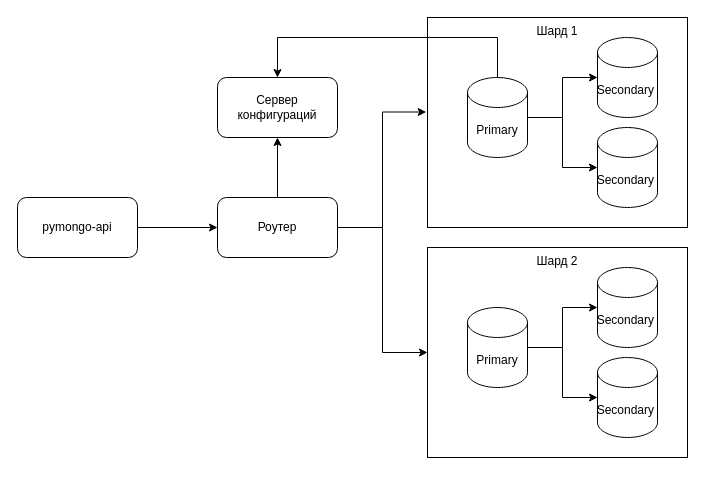
Above: page "Репликация" (3 of 6) of task1.drawio in AIPronin/architecture-sprint-2 (draw.io), before the change. Source tidied: cells renumbered, new cells numbered last; positions are measured from the earlier drawing's top-left corner, leaving out a move shared by most shapes. Both pictures are drawn from the tidied source at 100%, with x=0, y=0 at pixel (17, 17).
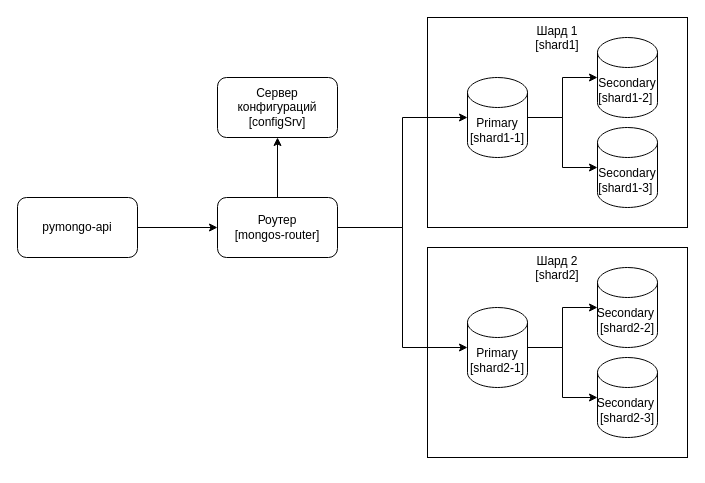
The same page after the edit.

The change refers to these unchanged cells:
```xml
<mxCell id="6" value="pymongo-api" style="rounded=1;whiteSpace=wrap;html=1;" parent="1" vertex="1">
  <mxGeometry y="180" width="120" height="60" as="geometry" />
</mxCell>
```

Diff of the diagram source:
```diff
@@
-    <mxCell id="2" value="Шард 2" style="rounded=0;whiteSpace=wrap;html=1;verticalAlign=top;" parent="1" vertex="1">
-      <mxGeometry x="410" y="230" width="260" height="210" as="geometry" />
-    </mxCell>
-    <mxCell id="3" value="Шард 1" style="rounded=0;whiteSpace=wrap;html=1;verticalAlign=top;" parent="1" vertex="1">
-      <mxGeometry x="410" width="260" height="210" as="geometry" />
-    </mxCell>
-    <mxCell id="4" style="edgeStyle=orthogonalEdgeStyle;rounded=0;jettySize=auto;html=1;entryX=0.5;entryY=0;entryDx=0;entryDy=0;exitX=0.5;exitY=0;exitDx=0;exitDy=0;exitPerimeter=0;" parent="1" edge="1" source="5" target="10">
-      <mxGeometry relative="1" as="geometry">
-        <Array as="points">
-          <mxPoint x="480" y="20" />
-          <mxPoint x="260" y="20" />
-        </Array>
-      </mxGeometry>
-    </mxCell>
-    <mxCell id="5" value="Primary" style="shape=cylinder3;whiteSpace=wrap;html=1;boundedLbl=1;backgroundOutline=1;size=15;" parent="1" vertex="1">
-      <mxGeometry x="450" y="60" width="60" height="80" as="geometry" />
-    </mxCell>
@@
-    <mxCell id="7" style="edgeStyle=orthogonalEdgeStyle;rounded=0;jettySize=auto;html=1;exitX=1;exitY=0.5;exitDx=0;exitDy=0;entryX=0;entryY=0.5;entryDx=0;entryDy=0;" parent="1" edge="1" source="6" target="12">
+    <mxCell id="7" style="edgeStyle=orthogonalEdgeStyle;rounded=0;jettySize=auto;html=1;exitX=1;exitY=0.5;exitDx=0;exitDy=0;entryX=0;entryY=0.5;entryDx=0;entryDy=0;" parent="1" edge="1" source="6" target="30">
       <mxGeometry relative="1" as="geometry" />
     </mxCell>
-    <mxCell id="8" style="edgeStyle=orthogonalEdgeStyle;rounded=0;jettySize=auto;html=1;" parent="1" edge="1" source="9" target="20">
-      <mxGeometry relative="1" as="geometry" />
-    </mxCell>
-    <mxCell id="9" value="Primary" style="shape=cylinder3;whiteSpace=wrap;html=1;boundedLbl=1;backgroundOutline=1;size=15;" parent="1" vertex="1">
-      <mxGeometry x="450" y="290" width="60" height="80" as="geometry" />
-    </mxCell>
-    <mxCell id="10" value="Сервер конфигураций" style="rounded=1;whiteSpace=wrap;html=1;" parent="1" vertex="1">
-      <mxGeometry x="200" y="60" width="120" height="60" as="geometry" />
-    </mxCell>
-    <mxCell id="11" style="edgeStyle=orthogonalEdgeStyle;rounded=0;jettySize=auto;html=1;entryX=0.5;entryY=1;entryDx=0;entryDy=0;" parent="1" edge="1" source="12" target="10">
-      <mxGeometry relative="1" as="geometry" />
-    </mxCell>
-    <mxCell id="12" value="Роутер" style="rounded=1;whiteSpace=wrap;html=1;" parent="1" vertex="1">
-      <mxGeometry x="200" y="180" width="120" height="60" as="geometry" />
-    </mxCell>
-    <mxCell id="13" style="edgeStyle=orthogonalEdgeStyle;rounded=0;jettySize=auto;html=1;entryX=-0.005;entryY=0.45;entryDx=0;entryDy=0;entryPerimeter=0;" parent="1" edge="1" source="12" target="3">
-      <mxGeometry relative="1" as="geometry" />
-    </mxCell>
-    <mxCell id="14" style="edgeStyle=orthogonalEdgeStyle;rounded=0;jettySize=auto;html=1;entryX=0;entryY=0.5;entryDx=0;entryDy=0;" parent="1" edge="1" source="12" target="2">
-      <mxGeometry relative="1" as="geometry" />
-    </mxCell>
-    <mxCell id="15" value="Secondary&amp;nbsp;" style="shape=cylinder3;whiteSpace=wrap;html=1;boundedLbl=1;backgroundOutline=1;size=15;" parent="1" vertex="1">
-      <mxGeometry x="580" y="20" width="60" height="80" as="geometry" />
-    </mxCell>
-    <mxCell id="16" value="Secondary&amp;nbsp;" style="shape=cylinder3;whiteSpace=wrap;html=1;boundedLbl=1;backgroundOutline=1;size=15;" parent="1" vertex="1">
-      <mxGeometry x="580" y="110" width="60" height="80" as="geometry" />
-    </mxCell>
-    <mxCell id="17" style="edgeStyle=orthogonalEdgeStyle;rounded=0;jettySize=auto;html=1;entryX=0;entryY=0.5;entryDx=0;entryDy=0;entryPerimeter=0;" parent="1" edge="1" source="5" target="15">
-      <mxGeometry relative="1" as="geometry" />
-    </mxCell>
-    <mxCell id="18" style="edgeStyle=orthogonalEdgeStyle;rounded=0;jettySize=auto;html=1;entryX=0;entryY=0.5;entryDx=0;entryDy=0;entryPerimeter=0;" parent="1" edge="1" source="5" target="16">
-      <mxGeometry relative="1" as="geometry" />
-    </mxCell>
-    <mxCell id="19" value="Secondary&amp;nbsp;" style="shape=cylinder3;whiteSpace=wrap;html=1;boundedLbl=1;backgroundOutline=1;size=15;" parent="1" vertex="1">
-      <mxGeometry x="580" y="250" width="60" height="80" as="geometry" />
-    </mxCell>
-    <mxCell id="20" value="Secondary&amp;nbsp;" style="shape=cylinder3;whiteSpace=wrap;html=1;boundedLbl=1;backgroundOutline=1;size=15;" parent="1" vertex="1">
-      <mxGeometry x="580" y="340" width="60" height="80" as="geometry" />
-    </mxCell>
-    <mxCell id="21" style="edgeStyle=orthogonalEdgeStyle;rounded=0;jettySize=auto;html=1;entryX=0;entryY=0.5;entryDx=0;entryDy=0;entryPerimeter=0;" parent="1" edge="1" source="9" target="19">
-      <mxGeometry relative="1" as="geometry" />
-    </mxCell>
-    <mxCell id="22" style="edgeStyle=orthogonalEdgeStyle;rounded=0;orthogonalLoop=1;jettySize=auto;html=1;exitX=0.5;exitY=1;exitDx=0;exitDy=0;" parent="1" edge="1" source="2" target="2">
-      <mxGeometry relative="1" as="geometry" />
-    </mxCell>
+    <mxCell id="23" value="Шард 2&lt;div&gt;[shard2]&lt;/div&gt;" style="rounded=0;whiteSpace=wrap;html=1;verticalAlign=top;" parent="1" vertex="1">
+      <mxGeometry x="410" y="230" width="260" height="210" as="geometry" />
+    </mxCell>
+    <mxCell id="24" value="Шард 1&lt;div&gt;[shard1]&lt;/div&gt;" style="rounded=0;whiteSpace=wrap;html=1;verticalAlign=top;" parent="1" vertex="1">
+      <mxGeometry x="410" width="260" height="210" as="geometry" />
+    </mxCell>
+    <mxCell id="25" value="Primary&lt;div&gt;[shard1-1]&lt;/div&gt;" style="shape=cylinder3;whiteSpace=wrap;html=1;boundedLbl=1;backgroundOutline=1;size=15;" parent="1" vertex="1">
+      <mxGeometry x="450" y="60" width="60" height="80" as="geometry" />
+    </mxCell>
+    <mxCell id="26" style="edgeStyle=orthogonalEdgeStyle;rounded=0;jettySize=auto;html=1;" parent="1" edge="1" source="27" target="38">
+      <mxGeometry relative="1" as="geometry" />
+    </mxCell>
+    <mxCell id="27" value="Primary&lt;div&gt;[&lt;span style=&quot;background-color: transparent; color: light-dark(rgb(0, 0, 0), rgb(255, 255, 255));&quot;&gt;shard2-1&lt;/span&gt;&lt;span style=&quot;background-color: transparent; color: light-dark(rgb(0, 0, 0), rgb(255, 255, 255));&quot;&gt;]&lt;/span&gt;&lt;/div&gt;" style="shape=cylinder3;whiteSpace=wrap;html=1;boundedLbl=1;backgroundOutline=1;size=15;" parent="1" vertex="1">
+      <mxGeometry x="450" y="290" width="60" height="80" as="geometry" />
+    </mxCell>
+    <mxCell id="28" value="Сервер конфигураций&lt;div&gt;[configSrv]&lt;/div&gt;" style="rounded=1;whiteSpace=wrap;html=1;" parent="1" vertex="1">
+      <mxGeometry x="200" y="60" width="120" height="60" as="geometry" />
+    </mxCell>
+    <mxCell id="29" style="edgeStyle=orthogonalEdgeStyle;rounded=0;jettySize=auto;html=1;entryX=0.5;entryY=1;entryDx=0;entryDy=0;" parent="1" edge="1" source="30" target="28">
+      <mxGeometry relative="1" as="geometry" />
+    </mxCell>
+    <mxCell id="30" value="Роутер&lt;div&gt;[mongos-router]&lt;/div&gt;" style="rounded=1;whiteSpace=wrap;html=1;" parent="1" vertex="1">
+      <mxGeometry x="200" y="180" width="120" height="60" as="geometry" />
+    </mxCell>
+    <mxCell id="31" style="edgeStyle=orthogonalEdgeStyle;rounded=0;jettySize=auto;html=1;entryX=0;entryY=0.5;entryDx=0;entryDy=0;entryPerimeter=0;" parent="1" edge="1" source="30" target="25">
+      <mxGeometry relative="1" as="geometry" />
+    </mxCell>
+    <mxCell id="32" style="edgeStyle=orthogonalEdgeStyle;rounded=0;jettySize=auto;html=1;entryX=0;entryY=0.5;entryDx=0;entryDy=0;entryPerimeter=0;" parent="1" edge="1" source="30" target="27">
+      <mxGeometry relative="1" as="geometry" />
+    </mxCell>
+    <mxCell id="33" value="Secondary&lt;div&gt;[shard1-2]&amp;nbsp;&lt;/div&gt;" style="shape=cylinder3;whiteSpace=wrap;html=1;boundedLbl=1;backgroundOutline=1;size=15;" parent="1" vertex="1">
+      <mxGeometry x="580" y="20" width="60" height="80" as="geometry" />
+    </mxCell>
+    <mxCell id="34" value="Secondary&lt;div&gt;[shard1-3]&amp;nbsp;&lt;/div&gt;" style="shape=cylinder3;whiteSpace=wrap;html=1;boundedLbl=1;backgroundOutline=1;size=15;" parent="1" vertex="1">
+      <mxGeometry x="580" y="110" width="60" height="80" as="geometry" />
+    </mxCell>
+    <mxCell id="35" style="edgeStyle=orthogonalEdgeStyle;rounded=0;jettySize=auto;html=1;entryX=0;entryY=0.5;entryDx=0;entryDy=0;entryPerimeter=0;" parent="1" edge="1" source="25" target="33">
+      <mxGeometry relative="1" as="geometry" />
+    </mxCell>
+    <mxCell id="36" style="edgeStyle=orthogonalEdgeStyle;rounded=0;jettySize=auto;html=1;entryX=0;entryY=0.5;entryDx=0;entryDy=0;entryPerimeter=0;" parent="1" edge="1" source="25" target="34">
+      <mxGeometry relative="1" as="geometry" />
+    </mxCell>
+    <mxCell id="37" value="Secondary&amp;nbsp;&lt;div&gt;[&lt;span style=&quot;color: light-dark(rgb(0, 0, 0), rgb(255, 255, 255)); background-color: transparent;&quot;&gt;shard2-2&lt;/span&gt;&lt;span style=&quot;color: light-dark(rgb(0, 0, 0), rgb(255, 255, 255)); background-color: transparent;&quot;&gt;]&lt;/span&gt;&lt;/div&gt;" style="shape=cylinder3;whiteSpace=wrap;html=1;boundedLbl=1;backgroundOutline=1;size=15;" parent="1" vertex="1">
+      <mxGeometry x="580" y="250" width="60" height="80" as="geometry" />
+    </mxCell>
+    <mxCell id="38" value="Secondary&amp;nbsp;&lt;div&gt;[&lt;span style=&quot;color: light-dark(rgb(0, 0, 0), rgb(255, 255, 255)); background-color: transparent;&quot;&gt;shard2-3&lt;/span&gt;&lt;span style=&quot;color: light-dark(rgb(0, 0, 0), rgb(255, 255, 255)); background-color: transparent;&quot;&gt;]&lt;/span&gt;&lt;/div&gt;" style="shape=cylinder3;whiteSpace=wrap;html=1;boundedLbl=1;backgroundOutline=1;size=15;" parent="1" vertex="1">
+      <mxGeometry x="580" y="340" width="60" height="80" as="geometry" />
+    </mxCell>
+    <mxCell id="39" style="edgeStyle=orthogonalEdgeStyle;rounded=0;jettySize=auto;html=1;entryX=0;entryY=0.5;entryDx=0;entryDy=0;entryPerimeter=0;" parent="1" edge="1" source="27" target="37">
+      <mxGeometry relative="1" as="geometry" />
+    </mxCell>
+    <mxCell id="40" style="edgeStyle=orthogonalEdgeStyle;rounded=0;orthogonalLoop=1;jettySize=auto;html=1;exitX=0.5;exitY=1;exitDx=0;exitDy=0;" parent="1" edge="1" source="23" target="23">
+      <mxGeometry relative="1" as="geometry" />
+    </mxCell>
```
